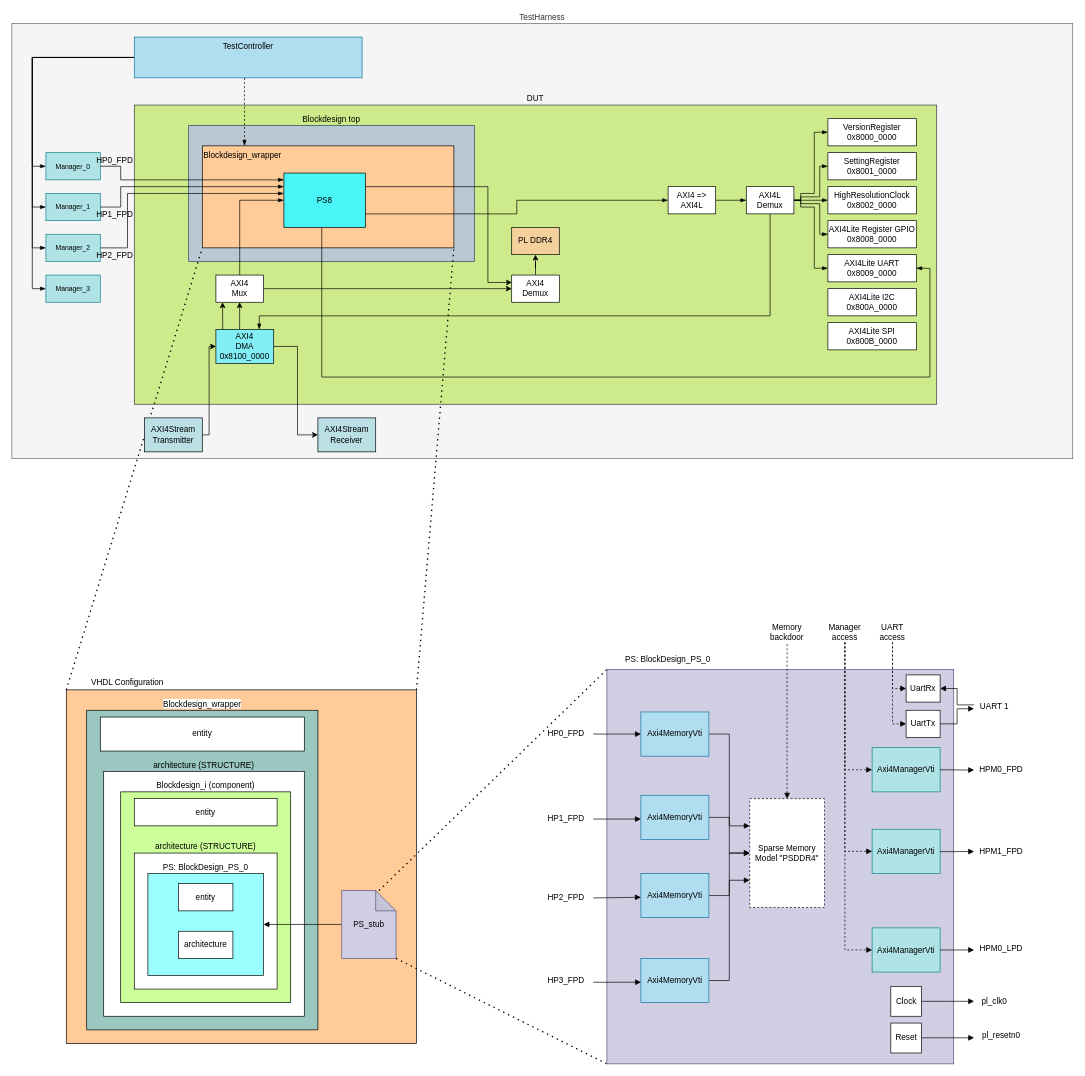
Before: doc/diagrams/BlockDiagrams.drawio in Paebbels/BigDesign, a draw.io diagram. Source tidied: cells renumbered, new cells numbered last; positions are measured from the earlier drawing's top-left corner, leaving out a move shared by most shapes. Both pictures are drawn from the tidied source at 68%, with x=0, y=0 at pixel (12, 23).
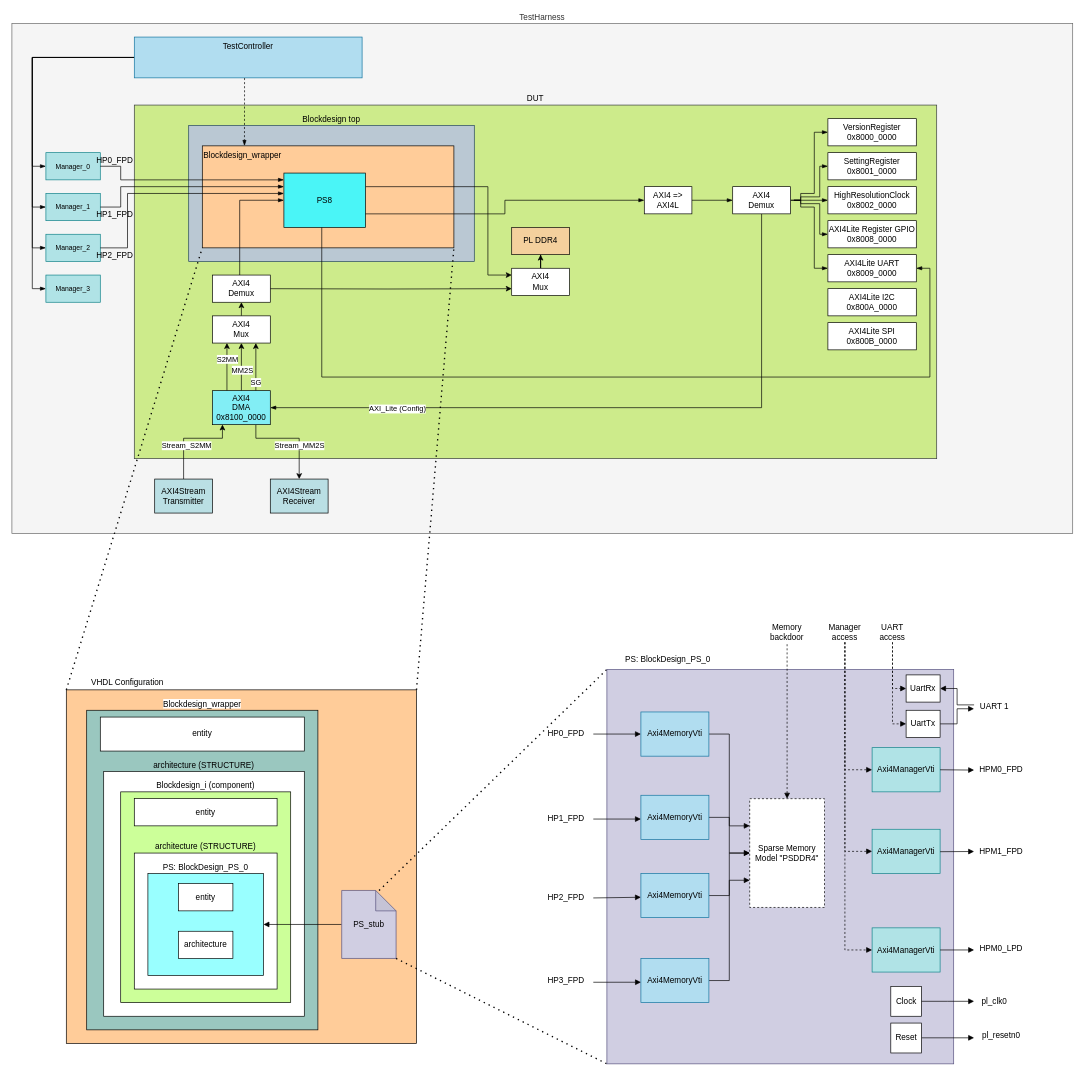
The same diagram, later.

The change refers to these unchanged cells:
```xml
<mxCell id="81" value="VersionRegister&lt;br&gt;0x8000_0000" style="rounded=0;whiteSpace=wrap;html=1;" parent="1" vertex="1">
  <mxGeometry x="1200" y="140" width="130" height="40" as="geometry" />
</mxCell>
<mxCell id="82" value="SettingRegister&lt;div&gt;0x8001_0000&lt;/div&gt;" style="rounded=0;whiteSpace=wrap;html=1;" parent="1" vertex="1">
  <mxGeometry x="1200" y="190" width="130" height="40" as="geometry" />
</mxCell>
<mxCell id="83" value="HighResolutionClock&lt;br&gt;0x8002_0000" style="rounded=0;whiteSpace=wrap;html=1;" parent="1" vertex="1">
  <mxGeometry x="1200" y="240" width="130" height="40" as="geometry" />
</mxCell>
<mxCell id="84" value="AXI4Lite Register GPIO&lt;br&gt;0x8008_0000" style="rounded=0;whiteSpace=wrap;html=1;" parent="1" vertex="1">
  <mxGeometry x="1200" y="290" width="130" height="40" as="geometry" />
</mxCell>
<mxCell id="85" value="AXI4Lite UART&lt;br&gt;0x8009_0000" style="rounded=0;whiteSpace=wrap;html=1;" parent="1" vertex="1">
  <mxGeometry x="1200" y="340" width="130" height="40" as="geometry" />
</mxCell>
<mxCell id="102" value="PS8" style="rounded=0;whiteSpace=wrap;html=1;fillColor=light-dark(#4af5f7, #ededed);" parent="1" vertex="1">
  <mxGeometry x="400" y="220" width="120" height="80" as="geometry" />
</mxCell>
```

What changed in the source:
```diff
@@
     <mxCell id="3" value="TestHarness" style="rounded=0;whiteSpace=wrap;html=1;labelPosition=center;verticalLabelPosition=top;align=center;verticalAlign=bottom;fillColor=#f5f5f5;fontColor=#333333;strokeColor=#666666;" parent="1" vertex="1">
-      <mxGeometry width="1560" height="640" as="geometry" />
+      <mxGeometry width="1560" height="750" as="geometry" />
     </mxCell>
     <mxCell id="4" value="DUT" style="rounded=0;whiteSpace=wrap;html=1;labelPosition=center;verticalLabelPosition=top;align=center;verticalAlign=bottom;fillColor=#cdeb8b;strokeColor=#36393d;" parent="1" vertex="1">
-      <mxGeometry x="180" y="120" width="1180" height="440" as="geometry" />
+      <mxGeometry x="180" y="120" width="1180" height="520" as="geometry" />
     </mxCell>
@@
-    <mxCell id="6" style="edgeStyle=orthogonalEdgeStyle;rounded=0;jettySize=auto;html=1;endArrow=blockThin;endFill=1;" parent="1" edge="1" source="7" target="92">
+    <mxCell id="6" style="edgeStyle=orthogonalEdgeStyle;rounded=0;jettySize=auto;html=1;endArrow=blockThin;endFill=1;entryX=0;entryY=0.5;entryDx=0;entryDy=0;" parent="1" edge="1" source="7" target="134">
       <mxGeometry relative="1" as="geometry" />
     </mxCell>
     <mxCell id="7" value="AXI4 =&amp;gt;&lt;br&gt;AXI4L" style="rounded=0;whiteSpace=wrap;html=1;" parent="1" vertex="1">
-      <mxGeometry x="965" y="240" width="70" height="40" as="geometry" />
+      <mxGeometry x="930" y="240" width="70" height="40" as="geometry" />
     </mxCell>
@@
-    <mxCell id="86" style="edgeStyle=orthogonalEdgeStyle;rounded=0;jettySize=auto;html=1;exitX=1;exitY=0.5;exitDx=0;exitDy=0;entryX=0;entryY=0.5;entryDx=0;entryDy=0;endArrow=blockThin;endFill=1;" parent="1" edge="1" source="92" target="81">
+    <mxCell id="86" style="edgeStyle=orthogonalEdgeStyle;rounded=0;jettySize=auto;html=1;exitX=1;exitY=0.5;exitDx=0;exitDy=0;entryX=0;entryY=0.5;entryDx=0;entryDy=0;endArrow=blockThin;endFill=1;" parent="1" edge="1" target="81">
       <mxGeometry relative="1" as="geometry">
+        <mxPoint x="1150" y="260" as="sourcePoint" />
         <Array as="points">
           <mxPoint x="1160" y="260" />
           <mxPoint x="1160" y="250" />
           <mxPoint x="1180" y="250" />
           <mxPoint x="1180" y="160" />
         </Array>
       </mxGeometry>
     </mxCell>
-    <mxCell id="87" style="edgeStyle=orthogonalEdgeStyle;rounded=0;jettySize=auto;html=1;exitX=1;exitY=0.5;exitDx=0;exitDy=0;entryX=0;entryY=0.5;entryDx=0;entryDy=0;endArrow=blockThin;endFill=1;" parent="1" edge="1" source="92" target="82">
+    <mxCell id="87" style="edgeStyle=orthogonalEdgeStyle;rounded=0;jettySize=auto;html=1;exitX=1;exitY=0.5;exitDx=0;exitDy=0;entryX=0;entryY=0.5;entryDx=0;entryDy=0;endArrow=blockThin;endFill=1;" parent="1" edge="1" target="82">
       <mxGeometry relative="1" as="geometry">
+        <mxPoint x="1150" y="260" as="sourcePoint" />
         <Array as="points">
           <mxPoint x="1160" y="260" />
           <mxPoint x="1160" y="255" />
           <mxPoint x="1188" y="255" />
           <mxPoint x="1188" y="210" />
         </Array>
       </mxGeometry>
     </mxCell>
-    <mxCell id="88" style="edgeStyle=orthogonalEdgeStyle;rounded=0;jettySize=auto;html=1;exitX=1;exitY=0.5;exitDx=0;exitDy=0;entryX=0;entryY=0.5;entryDx=0;entryDy=0;endArrow=blockThin;endFill=1;" parent="1" edge="1" source="92" target="83">
+    <mxCell id="88" style="edgeStyle=orthogonalEdgeStyle;rounded=0;jettySize=auto;html=1;exitX=1;exitY=0.5;exitDx=0;exitDy=0;entryX=0;entryY=0.5;entryDx=0;entryDy=0;endArrow=blockThin;endFill=1;" parent="1" edge="1" source="134" target="83">
       <mxGeometry relative="1" as="geometry" />
     </mxCell>
-    <mxCell id="89" style="edgeStyle=orthogonalEdgeStyle;rounded=0;jettySize=auto;html=1;exitX=1;exitY=0.5;exitDx=0;exitDy=0;entryX=0;entryY=0.5;entryDx=0;entryDy=0;endArrow=blockThin;endFill=1;" parent="1" edge="1" source="92" target="84">
+    <mxCell id="89" style="edgeStyle=orthogonalEdgeStyle;rounded=0;jettySize=auto;html=1;exitX=1;exitY=0.5;exitDx=0;exitDy=0;entryX=0;entryY=0.5;entryDx=0;entryDy=0;endArrow=blockThin;endFill=1;" parent="1" edge="1" target="84">
       <mxGeometry relative="1" as="geometry">
+        <mxPoint x="1150" y="260" as="sourcePoint" />
         <Array as="points">
           <mxPoint x="1160" y="260" />
           <mxPoint x="1160" y="265" />
           <mxPoint x="1188" y="265" />
           <mxPoint x="1188" y="310" />
         </Array>
       </mxGeometry>
     </mxCell>
-    <mxCell id="90" style="edgeStyle=orthogonalEdgeStyle;rounded=0;jettySize=auto;html=1;exitX=1;exitY=0.5;exitDx=0;exitDy=0;entryX=0;entryY=0.5;entryDx=0;entryDy=0;endArrow=blockThin;endFill=1;" parent="1" edge="1" source="92" target="85">
+    <mxCell id="90" style="edgeStyle=orthogonalEdgeStyle;rounded=0;jettySize=auto;html=1;exitX=1;exitY=0.5;exitDx=0;exitDy=0;entryX=0;entryY=0.5;entryDx=0;entryDy=0;endArrow=blockThin;endFill=1;" parent="1" edge="1" source="134" target="85">
       <mxGeometry relative="1" as="geometry">
         <Array as="points">
           <mxPoint x="1160" y="260" />
           <mxPoint x="1160" y="270" />
           <mxPoint x="1180" y="270" />
           <mxPoint x="1180" y="360" />
         </Array>
       </mxGeometry>
     </mxCell>
-    <mxCell id="91" style="edgeStyle=orthogonalEdgeStyle;rounded=0;jettySize=auto;html=1;exitX=0.5;exitY=1;exitDx=0;exitDy=0;entryX=0.75;entryY=0;entryDx=0;entryDy=0;endArrow=blockThin;endFill=1;" parent="1" edge="1" source="92" target="97">
+    <mxCell id="91" style="edgeStyle=orthogonalEdgeStyle;rounded=0;jettySize=auto;html=1;exitX=0.5;exitY=1;exitDx=0;exitDy=0;entryX=1;entryY=0.5;entryDx=0;entryDy=0;endArrow=blockThin;endFill=1;" parent="1" edge="1" source="134" target="97">
       <mxGeometry relative="1" as="geometry">
         <Array as="points">
-          <mxPoint x="1115" y="430" />
-          <mxPoint x="364" y="430" />
+          <mxPoint x="1103" y="565" />
         </Array>
       </mxGeometry>
     </mxCell>
-    <mxCell id="92" value="AXI4L Demux" style="rounded=0;whiteSpace=wrap;html=1;" parent="1" vertex="1">
-      <mxGeometry x="1080" y="240" width="70" height="40" as="geometry" />
-    </mxCell>
+    <mxCell id="121" value="AXI_Lite (Config)" style="edgeLabel;html=1;align=center;verticalAlign=middle;" parent="91" vertex="1">
+      <mxGeometry x="0.63" y="1" relative="1" as="geometry" />
+    </mxCell>
-    <mxCell id="93" style="edgeStyle=orthogonalEdgeStyle;rounded=0;jettySize=auto;html=1;" parent="1" edge="1" source="94" target="116">
+    <mxCell id="93" style="edgeStyle=orthogonalEdgeStyle;rounded=0;jettySize=auto;html=1;exitX=0.5;exitY=0;exitDx=0;exitDy=0;" parent="1" edge="1" source="133" target="116">
       <mxGeometry relative="1" as="geometry" />
     </mxCell>
-    <mxCell id="94" value="AXI4&lt;br&gt;Demux" style="rounded=0;whiteSpace=wrap;html=1;" parent="1" vertex="1">
-      <mxGeometry x="735" y="370" width="70" height="40" as="geometry" />
-    </mxCell>
@@
-    <mxCell id="96" style="edgeStyle=orthogonalEdgeStyle;rounded=0;jettySize=auto;html=1;exitX=1;exitY=0.5;exitDx=0;exitDy=0;" parent="1" edge="1" source="97" target="115">
+    <mxCell id="96" style="edgeStyle=orthogonalEdgeStyle;rounded=0;jettySize=auto;html=1;exitX=0.75;exitY=1;exitDx=0;exitDy=0;entryX=0.5;entryY=0;entryDx=0;entryDy=0;" parent="1" edge="1" source="97" target="115">
       <mxGeometry relative="1" as="geometry">
         <Array as="points">
-          <mxPoint x="420" y="475" />
-          <mxPoint x="420" y="605" />
+          <mxPoint x="359" y="610" />
+          <mxPoint x="423" y="610" />
         </Array>
       </mxGeometry>
     </mxCell>
+    <mxCell id="122" value="Stream_MM2S" style="edgeLabel;html=1;align=center;verticalAlign=middle;" parent="96" vertex="1">
+      <mxGeometry x="-0.06" y="-1" relative="1" as="geometry">
+        <mxPoint x="16" y="9" as="offset" />
+      </mxGeometry>
+    </mxCell>
+    <mxCell id="123" style="edgeStyle=orthogonalEdgeStyle;rounded=0;jettySize=auto;html=1;exitX=0.25;exitY=0;exitDx=0;exitDy=0;entryX=0.25;entryY=1;entryDx=0;entryDy=0;" parent="1" edge="1" source="97" target="131">
+      <mxGeometry relative="1" as="geometry" />
+    </mxCell>
+    <mxCell id="124" value="S2MM" style="edgeLabel;html=1;align=center;verticalAlign=middle;" parent="123" vertex="1">
+      <mxGeometry x="0.34" relative="1" as="geometry" />
+    </mxCell>
+    <mxCell id="125" style="edgeStyle=orthogonalEdgeStyle;rounded=0;jettySize=auto;html=1;exitX=0.5;exitY=0;exitDx=0;exitDy=0;entryX=0.5;entryY=1;entryDx=0;entryDy=0;" parent="1" edge="1" source="97" target="131">
+      <mxGeometry relative="1" as="geometry" />
+    </mxCell>
+    <mxCell id="126" value="MM2S" style="edgeLabel;html=1;align=center;verticalAlign=middle;" parent="125" vertex="1">
+      <mxGeometry x="-0.11" y="-1" relative="1" as="geometry" />
+    </mxCell>
+    <mxCell id="127" style="edgeStyle=orthogonalEdgeStyle;rounded=0;jettySize=auto;html=1;exitX=0.75;exitY=0;exitDx=0;exitDy=0;entryX=0.75;entryY=1;entryDx=0;entryDy=0;" parent="1" edge="1" source="97" target="131">
+      <mxGeometry relative="1" as="geometry" />
+    </mxCell>
+    <mxCell id="128" value="SG" style="edgeLabel;html=1;align=center;verticalAlign=middle;" parent="127" vertex="1">
+      <mxGeometry x="-0.62" relative="1" as="geometry" />
+    </mxCell>
     <mxCell id="97" value="AXI4&lt;br&gt;DMA&lt;div&gt;0x8100_0000&lt;/div&gt;" style="rounded=0;whiteSpace=wrap;html=1;fillColor=light-dark(#82eef5, #ededed);" parent="1" vertex="1">
-      <mxGeometry x="300" y="450" width="85" height="50" as="geometry" />
+      <mxGeometry x="295" y="540" width="85" height="50" as="geometry" />
     </mxCell>
@@
-    <mxCell id="101" style="edgeStyle=orthogonalEdgeStyle;rounded=0;jettySize=auto;html=1;exitX=1;exitY=0.25;exitDx=0;exitDy=0;entryX=0.004;entryY=0.273;entryDx=0;entryDy=0;entryPerimeter=0;" parent="1" edge="1" source="102" target="94">
+    <mxCell id="101" style="edgeStyle=orthogonalEdgeStyle;rounded=0;jettySize=auto;html=1;exitX=1;exitY=0.25;exitDx=0;exitDy=0;entryX=0;entryY=0.25;entryDx=0;entryDy=0;" parent="1" edge="1" source="102" target="133">
       <mxGeometry relative="1" as="geometry">
         <Array as="points">
           <mxPoint x="700" y="240" />
-          <mxPoint x="700" y="380" />
-          <mxPoint x="735" y="380" />
+          <mxPoint x="700" y="370" />
         </Array>
       </mxGeometry>
     </mxCell>
@@
-    <mxCell id="109" style="edgeStyle=orthogonalEdgeStyle;rounded=0;jettySize=auto;html=1;exitX=0.5;exitY=0;exitDx=0;exitDy=0;endArrow=blockThin;endFill=1;" parent="1" edge="1" source="118">
+    <mxCell id="109" style="edgeStyle=orthogonalEdgeStyle;rounded=0;orthogonalLoop=1;jettySize=auto;html=1;exitX=0.5;exitY=0;exitDx=0;exitDy=0;endArrow=blockThin;endFill=1;" parent="1" edge="1">
       <mxGeometry relative="1" as="geometry">
+        <mxPoint x="335" y="370" as="sourcePoint" />
         <mxPoint x="400" y="260" as="targetPoint" />
         <Array as="points">
           <mxPoint x="335" y="260" />
         </Array>
       </mxGeometry>
     </mxCell>
@@
-    <mxCell id="113" style="edgeStyle=orthogonalEdgeStyle;rounded=0;jettySize=auto;html=1;exitX=1;exitY=0.5;exitDx=0;exitDy=0;" parent="1" edge="1" source="114" target="97">
+    <mxCell id="113" style="edgeStyle=orthogonalEdgeStyle;rounded=0;jettySize=auto;html=1;exitX=0.5;exitY=0;exitDx=0;exitDy=0;entryX=0.172;entryY=0.997;entryDx=0;entryDy=0;entryPerimeter=0;" parent="1" edge="1" source="114" target="97">
       <mxGeometry relative="1" as="geometry">
         <Array as="points">
-          <mxPoint x="290" y="605" />
-          <mxPoint x="290" y="475" />
+          <mxPoint x="253" y="610" />
+          <mxPoint x="310" y="610" />
+          <mxPoint x="310" y="590" />
         </Array>
       </mxGeometry>
     </mxCell>
+    <mxCell id="129" value="Stream_S2MM" style="edgeLabel;html=1;align=center;verticalAlign=middle;" parent="113" vertex="1">
+      <mxGeometry x="0.07" y="-1" relative="1" as="geometry">
+        <mxPoint x="-9" y="9" as="offset" />
+      </mxGeometry>
+    </mxCell>
     <mxCell id="114" value="AXI4Stream&lt;br&gt;Transmitter" style="rounded=0;whiteSpace=wrap;html=1;fillColor=light-dark(#badfe4, #ededed);" parent="1" vertex="1">
-      <mxGeometry x="195" y="580" width="85" height="50" as="geometry" />
+      <mxGeometry x="210" y="670" width="85" height="50" as="geometry" />
     </mxCell>
     <mxCell id="115" value="AXI4Stream Receiver" style="rounded=0;whiteSpace=wrap;html=1;fillColor=light-dark(#badfe4, #ededed);" parent="1" vertex="1">
-      <mxGeometry x="450" y="580" width="85" height="50" as="geometry" />
+      <mxGeometry x="380" y="670" width="85" height="50" as="geometry" />
     </mxCell>
     <mxCell id="116" value="PL DDR4" style="rounded=0;whiteSpace=wrap;html=1;fillColor=light-dark(#f4d09d, #ededed);" parent="1" vertex="1">
-      <mxGeometry x="735" y="300" width="70" height="40" as="geometry" />
+      <mxGeometry x="735" y="300" width="85" height="40" as="geometry" />
     </mxCell>
-    <mxCell id="117" style="edgeStyle=orthogonalEdgeStyle;rounded=0;jettySize=auto;html=1;entryX=0;entryY=0.5;entryDx=0;entryDy=0;" parent="1" edge="1" source="118" target="94">
-      <mxGeometry relative="1" as="geometry" />
+    <mxCell id="117" style="edgeStyle=orthogonalEdgeStyle;rounded=0;jettySize=auto;html=1;entryX=0;entryY=0.75;entryDx=0;entryDy=0;" parent="1" edge="1" target="133">
+      <mxGeometry relative="1" as="geometry">
+        <mxPoint x="370" y="390" as="sourcePoint" />
+      </mxGeometry>
     </mxCell>
-    <mxCell id="118" value="AXI4&lt;br&gt;Mux" style="rounded=0;whiteSpace=wrap;html=1;" parent="1" vertex="1">
-      <mxGeometry x="300" y="370" width="70" height="40" as="geometry" />
-    </mxCell>
-    <mxCell id="119" style="endArrow=classic;html=1;rounded=0;entryX=0.11;entryY=0.659;entryDx=0;entryDy=0;entryPerimeter=0;" parent="1" edge="1" target="4">
-      <mxGeometry relative="1" as="geometry">
-        <mxPoint x="310" y="450" as="sourcePoint" />
-      </mxGeometry>
-    </mxCell>
-    <mxCell id="120" style="endArrow=classic;html=1;rounded=0;entryX=0.11;entryY=0.659;entryDx=0;entryDy=0;entryPerimeter=0;" parent="1" edge="1">
-      <mxGeometry relative="1" as="geometry">
-        <mxPoint x="334.9" y="450" as="sourcePoint" />
-        <mxPoint x="334.9" y="410" as="targetPoint" />
-      </mxGeometry>
-    </mxCell>
+    <mxCell id="130" style="edgeStyle=orthogonalEdgeStyle;rounded=0;jettySize=auto;html=1;exitX=0.5;exitY=0;exitDx=0;exitDy=0;entryX=0.5;entryY=1;entryDx=0;entryDy=0;" parent="1" edge="1" source="131" target="132">
+      <mxGeometry relative="1" as="geometry" />
+    </mxCell>
+    <mxCell id="131" value="AXI4&lt;br&gt;Mux" style="rounded=0;whiteSpace=wrap;html=1;" parent="1" vertex="1">
+      <mxGeometry x="295" y="430" width="85" height="40" as="geometry" />
+    </mxCell>
+    <mxCell id="132" value="AXI4&lt;br&gt;Demux" style="rounded=0;whiteSpace=wrap;html=1;" parent="1" vertex="1">
+      <mxGeometry x="295" y="370" width="85" height="40" as="geometry" />
+    </mxCell>
+    <mxCell id="133" value="AXI4&lt;br&gt;Mux" style="rounded=0;whiteSpace=wrap;html=1;" parent="1" vertex="1">
+      <mxGeometry x="735" y="360" width="85" height="40" as="geometry" />
+    </mxCell>
+    <mxCell id="134" value="AXI4&lt;br&gt;Demux" style="rounded=0;whiteSpace=wrap;html=1;" parent="1" vertex="1">
+      <mxGeometry x="1060" y="240" width="85" height="40" as="geometry" />
+    </mxCell>
```
